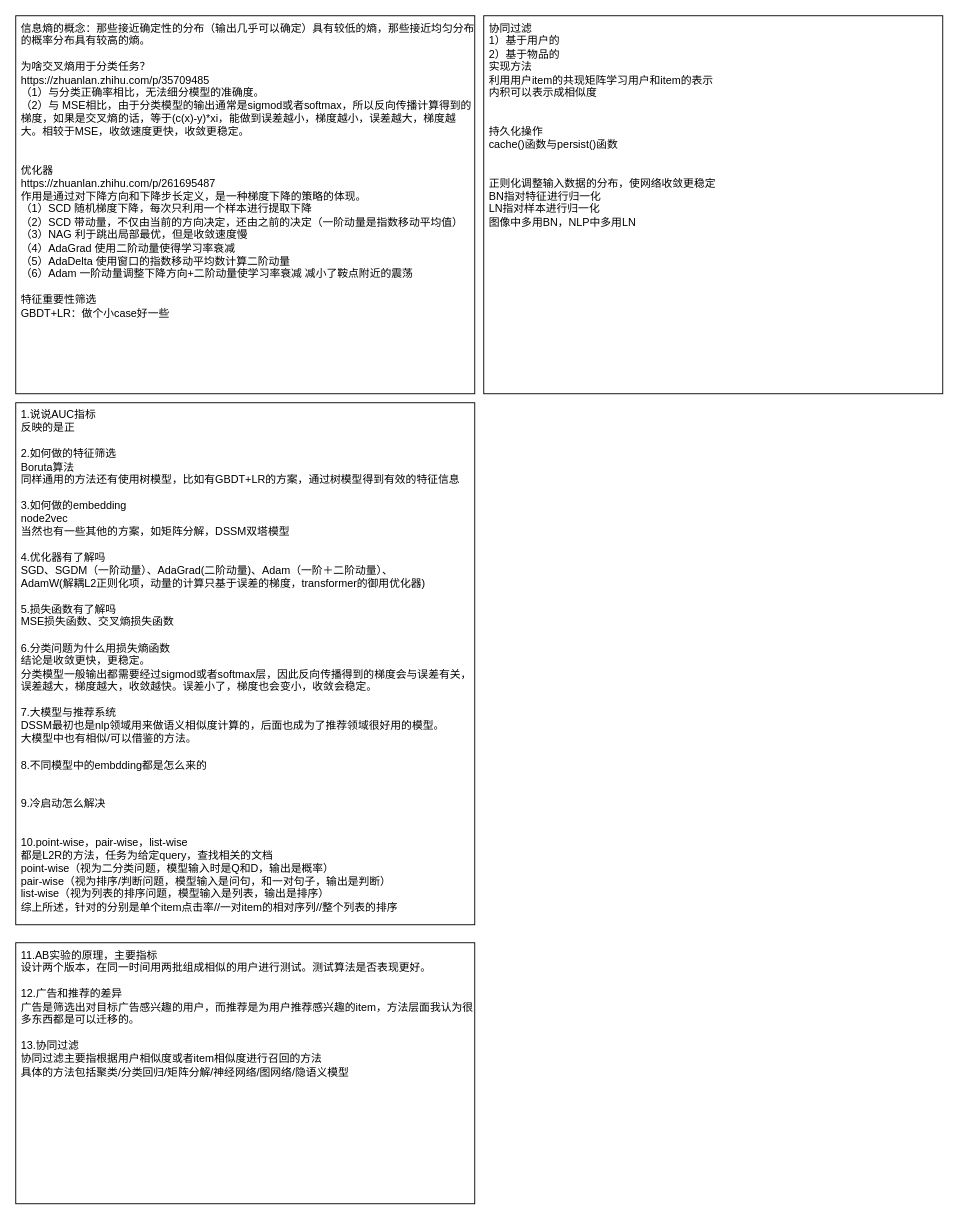
The draw.io diagram 推荐八股.drawio in limpid-11/drawio, before the edit. Source tidied: cells renumbered, new cells numbered last; positions are measured from the earlier drawing's top-left corner, leaving out a move shared by most shapes. Both pictures are drawn from the tidied source at 90%, with x=0, y=0 at pixel (15, 15).
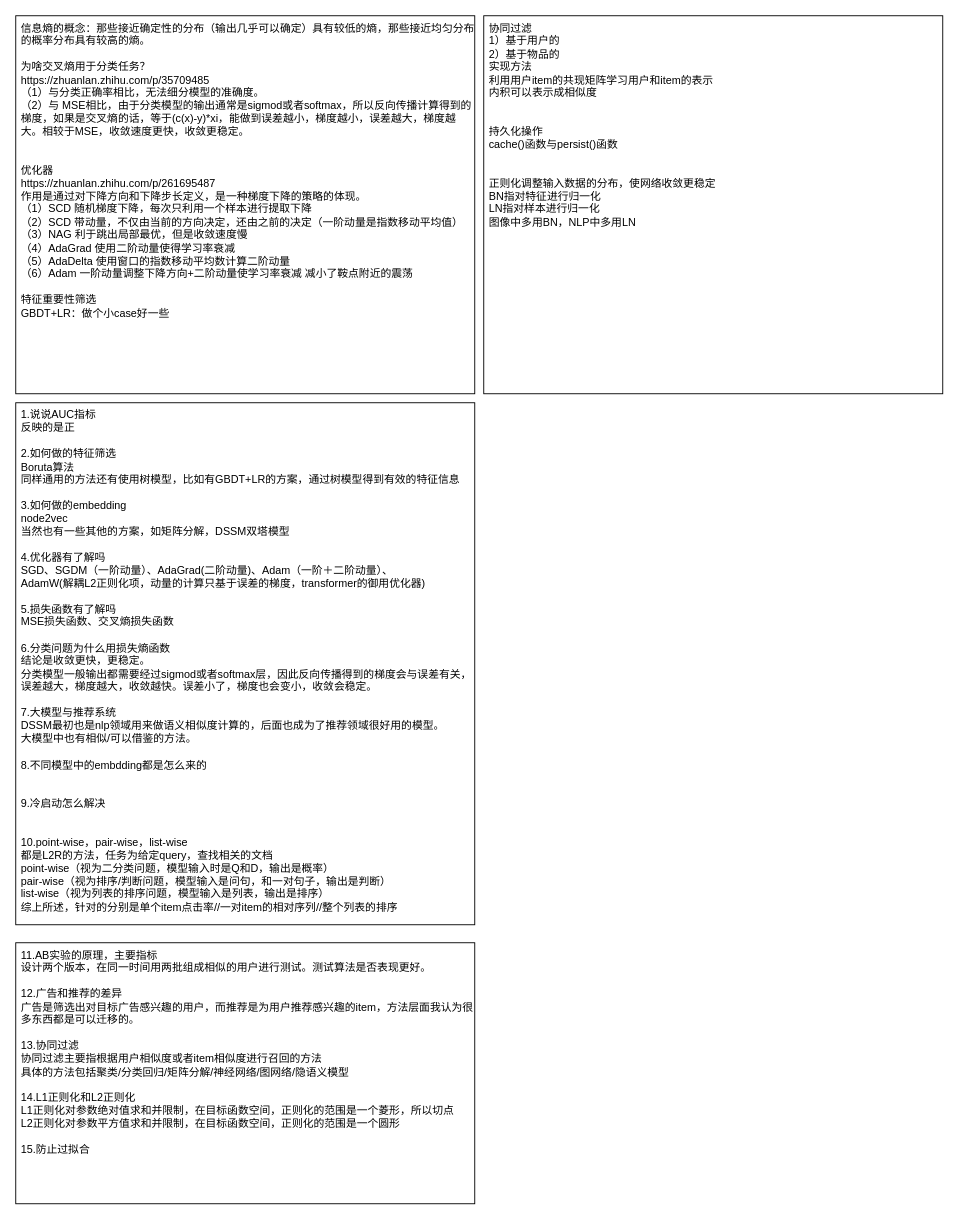
The same page after the edit.

Commit message:
更新推荐八股.drawio

What changed in the source:
```diff
@@
 <mxGraphModel>
   <root>
     <mxCell id="0" />
     <mxCell id="1" parent="0" />
     <mxCell id="2" value="协同过滤&lt;div&gt;1）基于用户的&lt;/div&gt;&lt;div&gt;2）基于物品的&lt;/div&gt;&lt;div&gt;实现方法&lt;/div&gt;&lt;div&gt;利用用户item的共现矩阵学习用户和item的表示&lt;/div&gt;&lt;div&gt;内积可以表示成相似度&lt;/div&gt;&lt;div&gt;&lt;br&gt;&lt;/div&gt;&lt;div&gt;&lt;br&gt;&lt;/div&gt;&lt;div&gt;持久化操作&lt;/div&gt;&lt;div&gt;cache()函数与persist()函数&lt;/div&gt;&lt;div&gt;&lt;br&gt;&lt;/div&gt;&lt;div&gt;&lt;br&gt;&lt;/div&gt;&lt;div&gt;正则化调整输入数据的分布，使网络收敛更稳定&lt;/div&gt;&lt;div&gt;BN指对特征进行归一化&lt;/div&gt;&lt;div&gt;LN指对样本进行归一化&lt;/div&gt;&lt;div&gt;图像中多用BN，NLP中多用LN&lt;/div&gt;&lt;div&gt;&lt;br&gt;&lt;/div&gt;" style="rounded=0;whiteSpace=wrap;html=1;align=left;verticalAlign=top;spacingLeft=4;" parent="1" vertex="1">
       <mxGeometry x="520" width="510" height="420" as="geometry" />
     </mxCell>
     <mxCell id="3" value="&lt;div&gt;信息熵的概念：那些接近确定性的分布（输出几乎可以确定）具有较低的熵，那些接近均匀分布的概率分布具有较高的熵。&lt;/div&gt;&lt;div&gt;&lt;br&gt;&lt;/div&gt;&lt;div&gt;为啥交叉熵用于分类任务？&lt;/div&gt;&lt;div&gt;https://zhuanlan.zhihu.com/p/35709485&lt;br&gt;&lt;/div&gt;&lt;div&gt;（1）与分类正确率相比，无法细分模型的准确度。&lt;/div&gt;&lt;div&gt;（2）与 MSE相比，由于分类模型的输出通常是sigmod或者softmax，所以反向传播计算得到的梯度，如果是交叉熵的话，等于(c(x)-y)*xi，能做到误差越小，梯度越小，误差越大，梯度越大。相较于MSE，收敛速度更快，收敛更稳定。&lt;/div&gt;&lt;div&gt;&lt;br&gt;&lt;/div&gt;&lt;div&gt;&lt;br&gt;&lt;/div&gt;&lt;div&gt;优化器&lt;/div&gt;&lt;div&gt;https://zhuanlan.zhihu.com/p/261695487&lt;br&gt;&lt;/div&gt;&lt;div&gt;作用是通过对下降方向和下降步长定义，是一种梯度下降的策略的体现。&lt;/div&gt;&lt;div&gt;（1）SCD 随机梯度下降，每次只利用一个样本进行提取下降&lt;/div&gt;&lt;div&gt;（2）SCD 带动量，不仅由当前的方向决定，还由之前的决定（一阶动量是指数移动平均值）&lt;/div&gt;&lt;div&gt;（3）NAG 利于跳出局部最优，但是收敛速度慢&lt;/div&gt;&lt;div&gt;（4）AdaGrad 使用二阶动量使得学习率衰减&lt;/div&gt;&lt;div&gt;（5）AdaDelta 使用窗口的指数移动平均数计算二阶动量&lt;/div&gt;&lt;div&gt;（6）Adam 一阶动量调整下降方向+二阶动量使学习率衰减 减小了鞍点附近的震荡&lt;/div&gt;&lt;div&gt;&lt;br&gt;&lt;/div&gt;&lt;div&gt;特征重要性筛选&lt;/div&gt;&lt;div&gt;GBDT+LR：做个小case好一些&lt;/div&gt;&lt;div&gt;&lt;br&gt;&lt;/div&gt;&lt;div&gt;&lt;br&gt;&lt;/div&gt;&lt;div&gt;&lt;br&gt;&lt;/div&gt;" style="rounded=0;whiteSpace=wrap;html=1;align=left;verticalAlign=top;spacingLeft=4;" parent="1" vertex="1">
       <mxGeometry width="510" height="420" as="geometry" />
     </mxCell>
     <mxCell id="4" value="&lt;div&gt;1.说说AUC指标&lt;/div&gt;&lt;div&gt;反映的是正&lt;/div&gt;&lt;div&gt;&lt;br&gt;&lt;/div&gt;&lt;div&gt;2.如何做的特征筛选&lt;/div&gt;&lt;div&gt;Boruta算法&lt;/div&gt;&lt;div&gt;同样通用的方法还有使用树模型，比如有GBDT+LR的方案，通过树模型得到有效的特征信息&lt;/div&gt;&lt;div&gt;&lt;br&gt;&lt;/div&gt;&lt;div&gt;3.如何做的embedding&lt;/div&gt;&lt;div&gt;node2vec&lt;/div&gt;&lt;div&gt;当然也有一些其他的方案，如矩阵分解，DSSM双塔模型&lt;/div&gt;&lt;div&gt;&lt;br&gt;&lt;/div&gt;&lt;div&gt;4.优化器有了解吗&lt;/div&gt;&lt;div&gt;SGD、SGDM（一阶动量）、AdaGrad(二阶动量)、Adam（一阶＋二阶动量）、&lt;/div&gt;&lt;div&gt;AdamW(解耦L2正则化项，动量的计算只基于误差的梯度，transformer的御用优化器)&lt;/div&gt;&lt;div&gt;&lt;br&gt;&lt;/div&gt;&lt;div&gt;5.损失函数有了解吗&lt;/div&gt;&lt;div&gt;MSE损失函数、交叉熵损失函数&lt;/div&gt;&lt;div&gt;&lt;br&gt;&lt;/div&gt;&lt;div&gt;6.分类问题为什么用损失熵函数&lt;/div&gt;&lt;div&gt;结论是收敛更快，更稳定。&lt;/div&gt;&lt;div&gt;分类模型一般输出都需要经过sigmod或者softmax层，因此反向传播得到的梯度会与误差有关，误差越大，梯度越大，收敛越快。误差小了，梯度也会变小，收敛会稳定。&lt;/div&gt;&lt;div&gt;&lt;br&gt;&lt;/div&gt;&lt;div&gt;7.大模型与推荐系统&lt;/div&gt;&lt;div&gt;DSSM最初也是nlp领域用来做语义相似度计算的，后面也成为了推荐领域很好用的模型。&lt;br&gt;&lt;/div&gt;&lt;div&gt;大模型中也有相似/可以借鉴的方法。&lt;/div&gt;&lt;div&gt;&lt;br&gt;&lt;/div&gt;&lt;div&gt;8.不同模型中的embdding都是怎么来的&lt;/div&gt;&lt;div&gt;&lt;br&gt;&lt;/div&gt;&lt;div&gt;&lt;br&gt;&lt;/div&gt;&lt;div&gt;9.冷启动怎么解决&lt;/div&gt;&lt;div&gt;&lt;br&gt;&lt;/div&gt;&lt;div&gt;&lt;br&gt;&lt;/div&gt;&lt;div&gt;&lt;div&gt;10.point-wise，pair-wise，list-wise&lt;/div&gt;&lt;div&gt;都是L2R的方法，任务为给定query，查找相关的文档&lt;/div&gt;&lt;div&gt;point-wise（视为二分类问题，模型输入时是Q和D，输出是概率）&lt;/div&gt;&lt;div&gt;pair-wise（视为排序/判断问题，模型输入是问句，和一对句子，输出是判断）&lt;/div&gt;&lt;div&gt;list-wise（视为列表的排序问题，模型输入是列表，输出是排序）&lt;/div&gt;&lt;div&gt;综上所述，针对的分别是单个item点击率//一对item的相对序列//整个列表的排序&lt;/div&gt;&lt;/div&gt;" style="rounded=0;whiteSpace=wrap;html=1;align=left;verticalAlign=top;spacingLeft=4;" parent="1" vertex="1">
       <mxGeometry y="430" width="510" height="580" as="geometry" />
     </mxCell>
-    <mxCell id="5" value="&lt;div&gt;&lt;span style=&quot;background-color: initial;&quot;&gt;11.AB实验的原理，主要指标&lt;/span&gt;&lt;br&gt;&lt;/div&gt;&lt;div&gt;设计两个版本，在同一时间用两批组成相似的用户进行测试。测试算法是否表现更好。&lt;/div&gt;&lt;div&gt;&lt;br&gt;&lt;/div&gt;&lt;div&gt;12.广告和推荐的差异&lt;/div&gt;&lt;div&gt;广告是筛选出对目标广告感兴趣的用户，而推荐是为用户推荐感兴趣的item，方法层面我认为很多东西都是可以迁移的。&lt;/div&gt;&lt;div&gt;&lt;br&gt;&lt;/div&gt;&lt;div&gt;13.协同过滤&lt;/div&gt;&lt;div&gt;协同过滤主要指根据用户相似度或者item相似度进行召回的方法&lt;/div&gt;&lt;div&gt;具体的方法包括聚类/分类回归/矩阵分解/神经网络/图网络/隐语义模型&lt;/div&gt;" style="rounded=0;whiteSpace=wrap;html=1;align=left;verticalAlign=top;spacingLeft=4;" parent="1" vertex="1">
+    <mxCell id="5" value="&lt;div&gt;&lt;span style=&quot;background-color: initial;&quot;&gt;11.AB实验的原理，主要指标&lt;/span&gt;&lt;br&gt;&lt;/div&gt;&lt;div&gt;设计两个版本，在同一时间用两批组成相似的用户进行测试。测试算法是否表现更好。&lt;/div&gt;&lt;div&gt;&lt;br&gt;&lt;/div&gt;&lt;div&gt;12.广告和推荐的差异&lt;/div&gt;&lt;div&gt;广告是筛选出对目标广告感兴趣的用户，而推荐是为用户推荐感兴趣的item，方法层面我认为很多东西都是可以迁移的。&lt;/div&gt;&lt;div&gt;&lt;br&gt;&lt;/div&gt;&lt;div&gt;13.协同过滤&lt;/div&gt;&lt;div&gt;协同过滤主要指根据用户相似度或者item相似度进行召回的方法&lt;/div&gt;&lt;div&gt;具体的方法包括聚类/分类回归/矩阵分解/神经网络/图网络/隐语义模型&lt;/div&gt;&lt;div&gt;&lt;br&gt;&lt;/div&gt;&lt;div&gt;14.L1正则化和L2正则化&lt;/div&gt;&lt;div&gt;L1正则化对参数绝对值求和并限制，在目标函数空间，正则化的范围是一个菱形，所以切点&lt;/div&gt;&lt;div&gt;L2正则化对参数平方值求和并限制，在目标函数空间，正则化的范围是一个圆形&lt;/div&gt;&lt;div&gt;&lt;br&gt;&lt;/div&gt;&lt;div&gt;15.防止过拟合&lt;/div&gt;" style="rounded=0;whiteSpace=wrap;html=1;align=left;verticalAlign=top;spacingLeft=4;" parent="1" vertex="1">
       <mxGeometry y="1030" width="510" height="290" as="geometry" />
     </mxCell>
   </root>
 </mxGraphModel>
```
